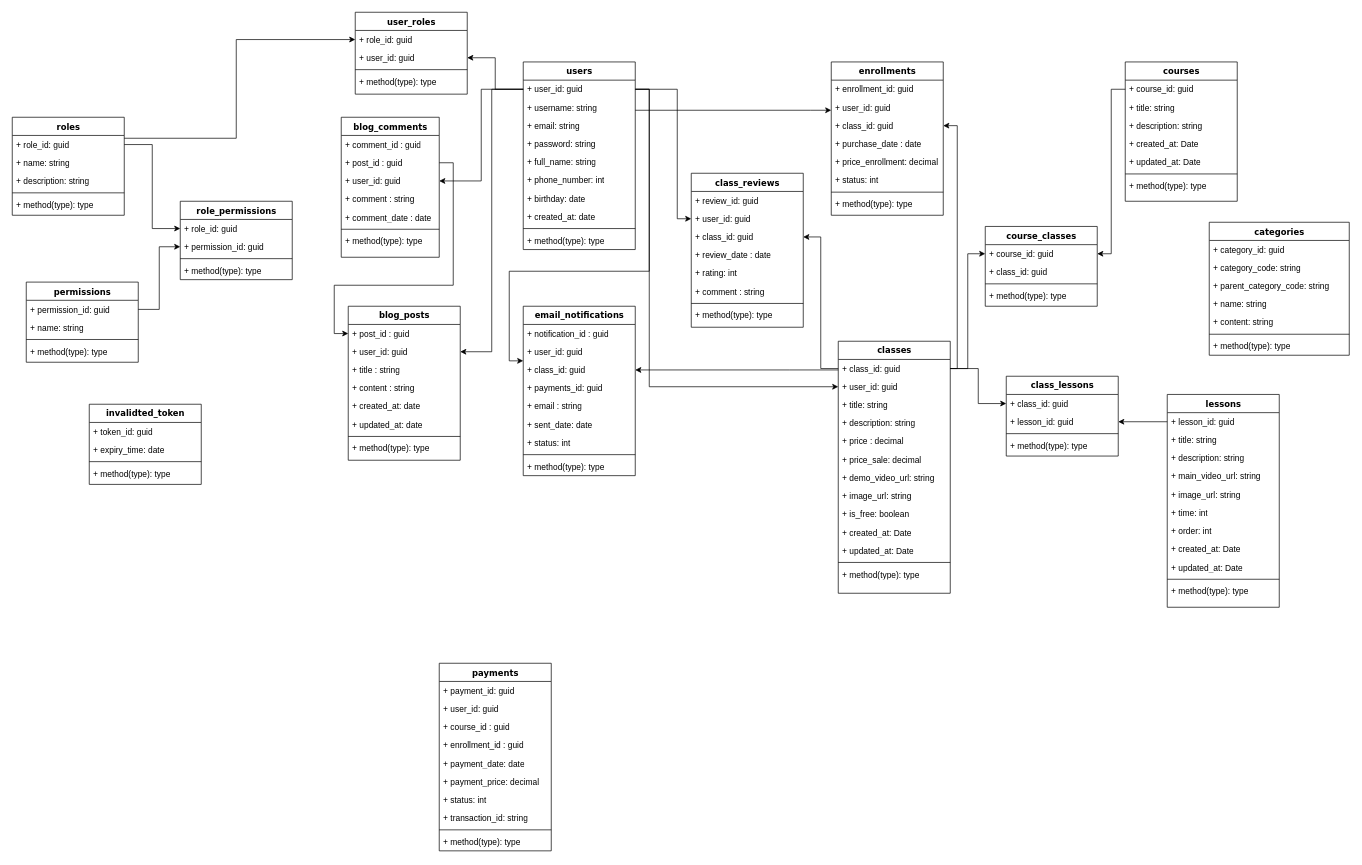
Before: courses_diagram.drawio in ntvinh16/course_makeup, a draw.io diagram. Source tidied: cells renumbered, new cells numbered last; positions are measured from the earlier drawing's top-left corner, leaving out a move shared by most shapes. Both pictures are drawn from the tidied source at 70%, with x=0, y=0 at pixel (12, 12).
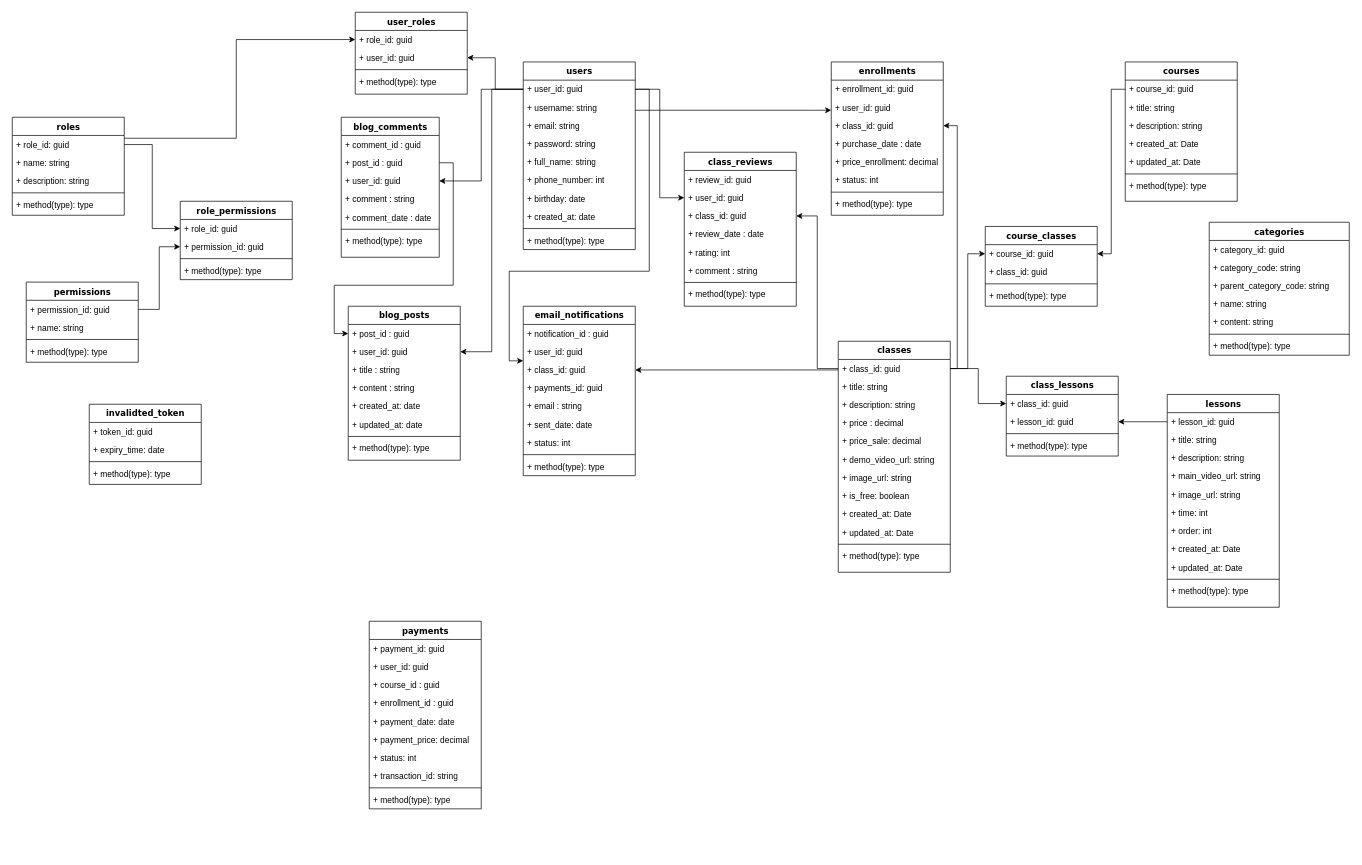
The same diagram, later.

The change refers to these unchanged cells:
```xml
<mxCell id="3" value="+ user_id: guid" style="text;html=1;strokeColor=none;fillColor=none;align=left;verticalAlign=top;spacingLeft=4;spacingRight=4;whiteSpace=wrap;overflow=hidden;points=[[0,0.5],[1,0.5]];portConstraint=eastwest;" parent="2" vertex="1">
  <mxGeometry y="26" width="160" height="26" as="geometry" />
</mxCell>
<mxCell id="82" value="+ user_id: guid" style="text;html=1;strokeColor=none;fillColor=none;align=left;verticalAlign=top;spacingLeft=4;spacingRight=4;whiteSpace=wrap;overflow=hidden;points=[[0,0.5],[1,0.5]];portConstraint=eastwest;" parent="80" vertex="1">
  <mxGeometry y="52" width="160" height="26" as="geometry" />
</mxCell>
```

Change to the diagram source:
```diff
@@
     <mxCell id="69" value="payments  " style="swimlane;html=1;fontStyle=1;align=center;verticalAlign=top;horizontal=1;startSize=26;swimlaneFillColor=#ffffff;rounded=0;shadow=0;comic=0;labelBackgroundColor=none;strokeWidth=1;fillColor=none;fontFamily=Verdana;fontSize=12;" parent="1" vertex="1">
-      <mxGeometry x="610" y="930" width="160" height="268" as="geometry" />
+      <mxGeometry x="510" y="870" width="160" height="268" as="geometry" />
     </mxCell>
@@
     <mxCell id="80" value="class_reviews  " style="swimlane;html=1;fontStyle=1;align=center;verticalAlign=top;horizontal=1;startSize=26;swimlaneFillColor=#ffffff;rounded=0;shadow=0;comic=0;labelBackgroundColor=none;strokeWidth=1;fillColor=none;fontFamily=Verdana;fontSize=12;" parent="1" vertex="1">
-      <mxGeometry x="970" y="230" width="160" height="220" as="geometry" />
+      <mxGeometry x="960" y="200" width="160" height="220" as="geometry" />
     </mxCell>
@@
-    <mxCell id="89" style="edgeStyle=orthogonalEdgeStyle;rounded=0;jettySize=auto;html=1;" parent="1" edge="1" source="3" target="82">
-      <mxGeometry relative="1" as="geometry">
-        <Array as="points">
-          <mxPoint x="950" y="110" />
-          <mxPoint x="950" y="295" />
-        </Array>
-      </mxGeometry>
-    </mxCell>
@@
     <mxCell id="126" value="classes" style="swimlane;html=1;fontStyle=1;align=center;verticalAlign=top;horizontal=1;startSize=26;swimlaneFillColor=#ffffff;rounded=0;shadow=0;comic=0;labelBackgroundColor=none;strokeWidth=1;fillColor=none;fontFamily=Verdana;fontSize=12;" parent="1" vertex="1">
-      <mxGeometry x="1180" y="470" width="160" height="360" as="geometry" />
+      <mxGeometry x="1180" y="470" width="160" height="330" as="geometry" />
     </mxCell>
@@
-    <mxCell id="128" value="+ user_id: guid" style="text;html=1;strokeColor=none;fillColor=none;align=left;verticalAlign=top;spacingLeft=4;spacingRight=4;whiteSpace=wrap;overflow=hidden;points=[[0,0.5],[1,0.5]];portConstraint=eastwest;" parent="126" vertex="1">
-      <mxGeometry y="52" width="160" height="26" as="geometry" />
-    </mxCell>
     <mxCell id="129" value="+ title: string" style="text;html=1;strokeColor=none;fillColor=none;align=left;verticalAlign=top;spacingLeft=4;spacingRight=4;whiteSpace=wrap;overflow=hidden;" parent="126" vertex="1">
-      <mxGeometry y="78" width="160" height="26" as="geometry" />
+      <mxGeometry y="52" width="160" height="26" as="geometry" />
     </mxCell>
     <mxCell id="130" value="+ description: string" style="text;html=1;strokeColor=none;fillColor=none;align=left;verticalAlign=top;spacingLeft=4;spacingRight=4;whiteSpace=wrap;overflow=hidden;" parent="126" vertex="1">
-      <mxGeometry y="104" width="160" height="26" as="geometry" />
+      <mxGeometry y="78" width="160" height="26" as="geometry" />
     </mxCell>
     <mxCell id="131" value="+ price : decimal" style="text;html=1;strokeColor=none;fillColor=none;align=left;verticalAlign=top;spacingLeft=4;spacingRight=4;whiteSpace=wrap;overflow=hidden;" parent="126" vertex="1">
-      <mxGeometry y="130" width="160" height="26" as="geometry" />
+      <mxGeometry y="104" width="160" height="26" as="geometry" />
     </mxCell>
     <mxCell id="132" value="+ price_sale: decimal" style="text;html=1;strokeColor=none;fillColor=none;align=left;verticalAlign=top;spacingLeft=4;spacingRight=4;whiteSpace=wrap;overflow=hidden;" parent="126" vertex="1">
-      <mxGeometry y="156" width="160" height="26" as="geometry" />
+      <mxGeometry y="130" width="160" height="26" as="geometry" />
     </mxCell>
     <mxCell id="133" value="+ demo_video_url: string" style="text;html=1;strokeColor=none;fillColor=none;align=left;verticalAlign=top;spacingLeft=4;spacingRight=4;whiteSpace=wrap;overflow=hidden;" parent="126" vertex="1">
-      <mxGeometry y="182" width="160" height="26" as="geometry" />
+      <mxGeometry y="156" width="160" height="26" as="geometry" />
     </mxCell>
     <mxCell id="134" value="+ image_url: string" style="text;html=1;strokeColor=none;fillColor=none;align=left;verticalAlign=top;spacingLeft=4;spacingRight=4;whiteSpace=wrap;overflow=hidden;" parent="126" vertex="1">
-      <mxGeometry y="208" width="160" height="26" as="geometry" />
+      <mxGeometry y="182" width="160" height="26" as="geometry" />
     </mxCell>
     <mxCell id="135" value="+ is_free: boolean" style="text;html=1;strokeColor=none;fillColor=none;align=left;verticalAlign=top;spacingLeft=4;spacingRight=4;whiteSpace=wrap;overflow=hidden;" parent="126" vertex="1">
-      <mxGeometry y="234" width="160" height="26" as="geometry" />
+      <mxGeometry y="208" width="160" height="26" as="geometry" />
     </mxCell>
     <mxCell id="136" value="+ created_at: Date" style="text;html=1;strokeColor=none;fillColor=none;align=left;verticalAlign=top;spacingLeft=4;spacingRight=4;whiteSpace=wrap;overflow=hidden;" parent="126" vertex="1">
-      <mxGeometry y="260" width="160" height="26" as="geometry" />
+      <mxGeometry y="234" width="160" height="26" as="geometry" />
     </mxCell>
     <mxCell id="137" value="+ updated_at: Date" style="text;html=1;strokeColor=none;fillColor=none;align=left;verticalAlign=top;spacingLeft=4;spacingRight=4;whiteSpace=wrap;overflow=hidden;" parent="126" vertex="1">
-      <mxGeometry y="286" width="160" height="26" as="geometry" />
+      <mxGeometry y="260" width="160" height="26" as="geometry" />
     </mxCell>
     <mxCell id="138" style="line;html=1;strokeWidth=1;fillColor=none;align=left;verticalAlign=middle;spacingTop=-1;spacingLeft=3;spacingRight=3;labelPosition=right;" parent="126" vertex="1">
-      <mxGeometry y="312" width="160" height="8" as="geometry" />
+      <mxGeometry y="286" width="160" height="8" as="geometry" />
     </mxCell>
     <mxCell id="139" value="+ method(type): type" style="text;html=1;strokeColor=none;fillColor=none;align=left;verticalAlign=top;spacingLeft=4;spacingRight=4;whiteSpace=wrap;overflow=hidden;" parent="126" vertex="1">
-      <mxGeometry y="320" width="160" height="26" as="geometry" />
+      <mxGeometry y="294" width="160" height="26" as="geometry" />
     </mxCell>
@@
-    <mxCell id="152" style="edgeStyle=orthogonalEdgeStyle;rounded=0;jettySize=auto;html=1;" parent="1" edge="1" source="3" target="128">
-      <mxGeometry relative="1" as="geometry">
-        <Array as="points">
-          <mxPoint x="910" y="110" />
-          <mxPoint x="910" y="535" />
-        </Array>
-      </mxGeometry>
-    </mxCell>
@@
+    <mxCell id="89" style="edgeStyle=orthogonalEdgeStyle;rounded=0;jettySize=auto;html=1;" parent="1" edge="1" source="3" target="82">
+      <mxGeometry relative="1" as="geometry" />
+    </mxCell>
```
